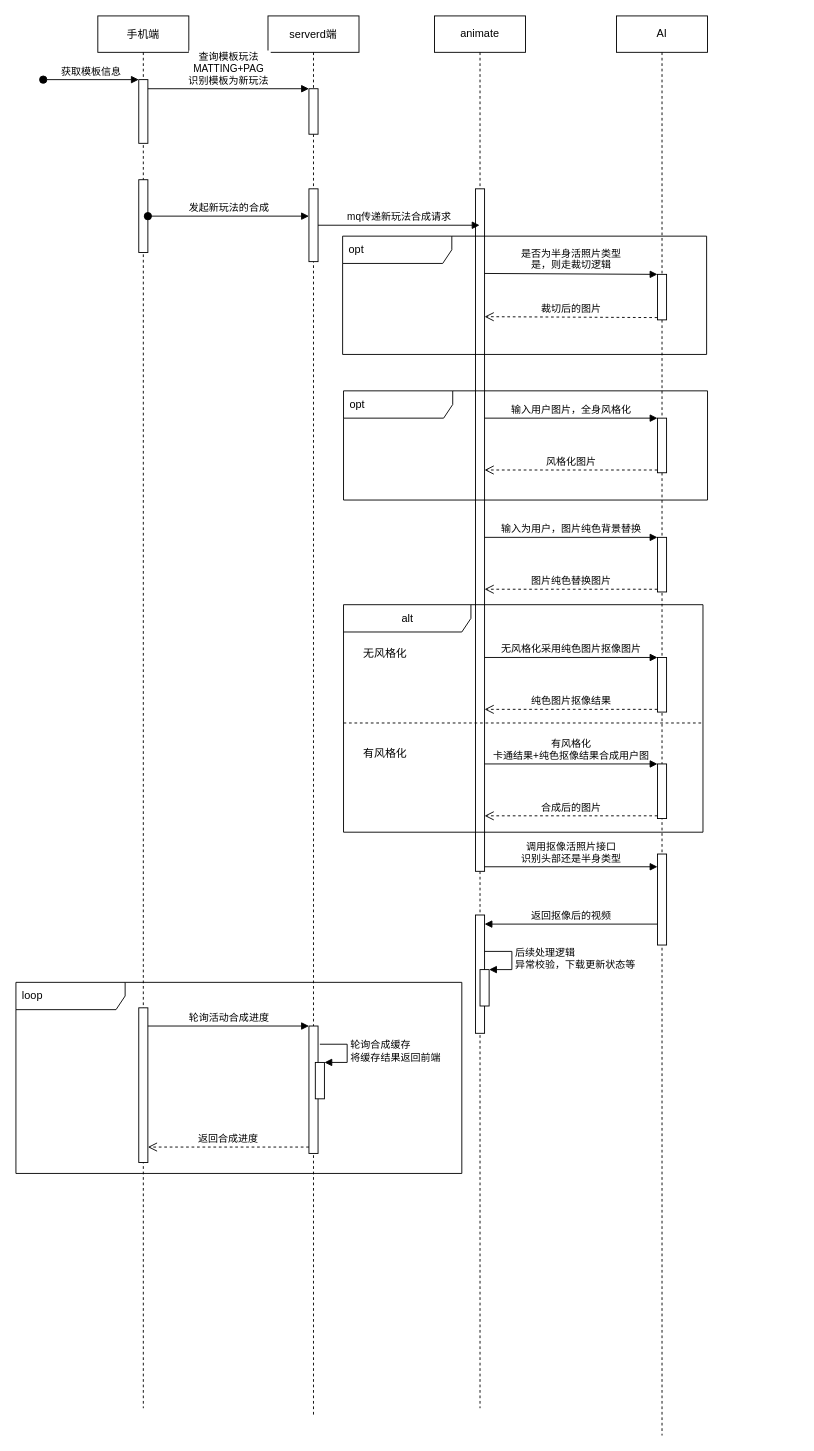
Earlier version of the draw.io diagram 新抠像加PAG玩法流程.drawio (milletzhu/datasource). Source tidied: cells renumbered, new cells numbered last; positions are measured from the earlier drawing's top-left corner, leaving out a move shared by most shapes. Both pictures are drawn from the tidied source at 91%, with x=0, y=0 at pixel (15, 15).
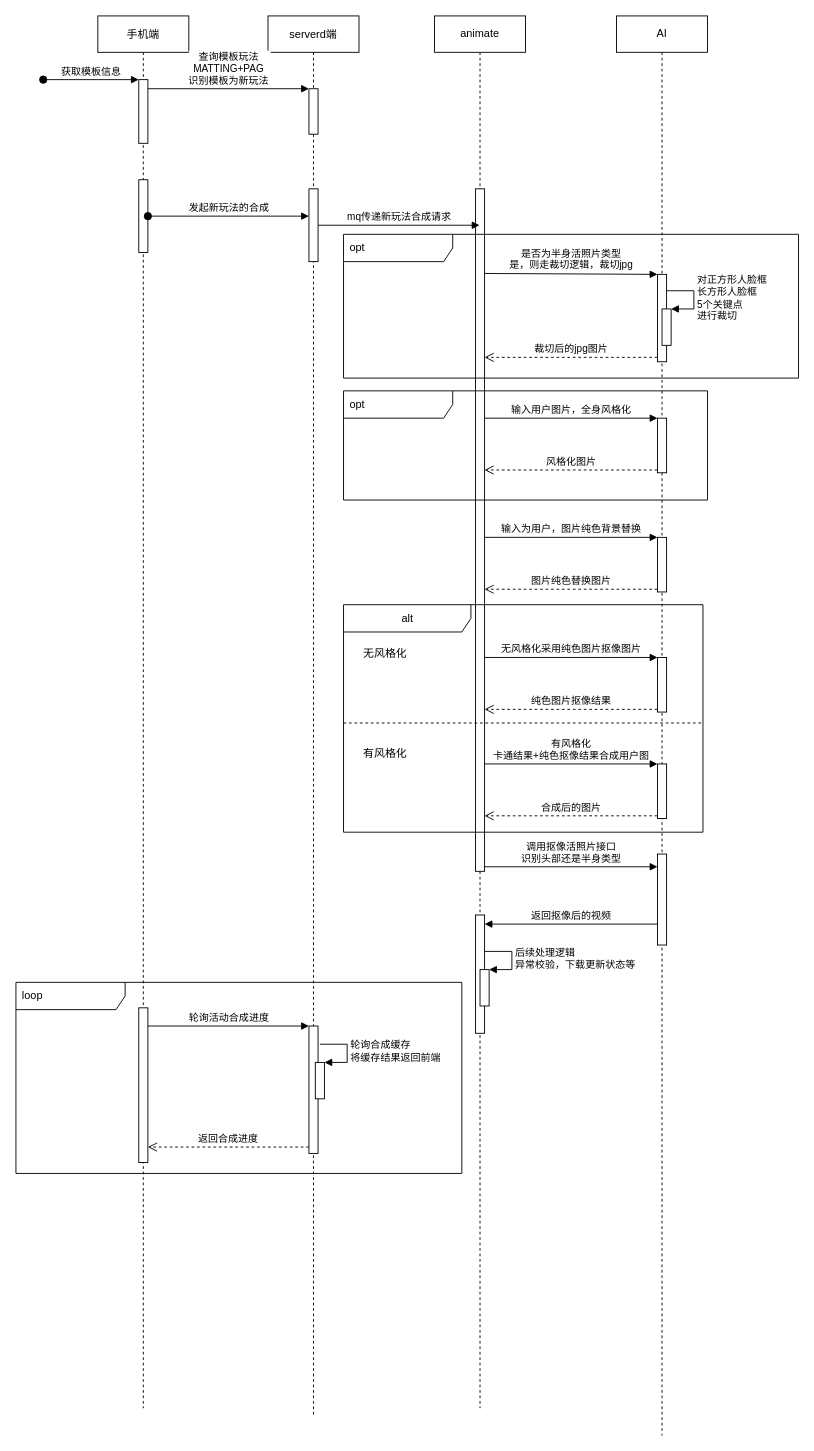
The same page after the edit.

Commit message:
更新新抠像加PAG玩法流程.drawio

Unchanged cells that the change refers to:
```xml
<mxCell id="15" style="html=1;points=[];perimeter=orthogonalPerimeter;" parent="14" vertex="1">
  <mxGeometry x="45" y="190" width="10" height="750" as="geometry" />
</mxCell>
<mxCell id="21" value="AI" style="shape=umlLifeline;perimeter=lifelinePerimeter;whiteSpace=wrap;html=1;" parent="1" vertex="1">
  <mxGeometry x="660" width="100" height="1560" as="geometry" />
</mxCell>
```

Diff of the diagram source:
```diff
@@
-    <mxCell id="31" value="opt" style="shape=umlFrame;whiteSpace=wrap;html=1;width=120;height=30;boundedLbl=1;verticalAlign=middle;align=left;spacingLeft=5;" parent="21" vertex="1">
-      <mxGeometry x="-301" y="242" width="400" height="130" as="geometry" />
-    </mxCell>
     <mxCell id="32" style="html=1;points=[];perimeter=orthogonalPerimeter;" parent="21" vertex="1">
-      <mxGeometry x="45" y="284" width="10" height="50" as="geometry" />
+      <mxGeometry x="45" y="284" width="10" height="96" as="geometry" />
     </mxCell>
-    <mxCell id="33" value="是否为半身活照片类型&lt;br&gt;是，则走裁切逻辑" style="html=1;verticalAlign=bottom;endArrow=block;entryX=0;entryY=0;rounded=0;" parent="21" edge="1" target="32">
+    <mxCell id="33" value="是否为半身活照片类型&lt;br&gt;是，则走裁切逻辑，裁切jpg" style="html=1;verticalAlign=bottom;endArrow=block;entryX=0;entryY=0;rounded=0;" parent="21" edge="1" target="32">
       <mxGeometry relative="1" as="geometry">
         <mxPoint x="-145" y="283" as="sourcePoint" />
       </mxGeometry>
     </mxCell>
-    <mxCell id="34" value="裁切后的图片" style="html=1;verticalAlign=bottom;endArrow=open;dashed=1;endSize=8;exitX=0;exitY=0.95;rounded=0;" parent="21" edge="1" source="32">
-      <mxGeometry relative="1" as="geometry">
-        <mxPoint x="-145" y="330.5" as="targetPoint" />
-      </mxGeometry>
-    </mxCell>
+    <mxCell id="48" style="html=1;points=[];perimeter=orthogonalPerimeter;" parent="21" vertex="1">
+      <mxGeometry x="50" y="322" width="10" height="40" as="geometry" />
+    </mxCell>
+    <mxCell id="49" value="对正方形人脸框&lt;br&gt;长方形人脸框&lt;br&gt;5个关键点&lt;br&gt;进行裁切" style="edgeStyle=orthogonalEdgeStyle;html=1;align=left;spacingLeft=2;endArrow=block;rounded=0;entryX=1;entryY=0;" parent="21" edge="1" target="48">
+      <mxGeometry relative="1" as="geometry">
+        <mxPoint x="55" y="302" as="sourcePoint" />
+        <Array as="points">
+          <mxPoint x="85" y="302" />
+        </Array>
+      </mxGeometry>
+    </mxCell>
@@
+    <mxCell id="31" value="opt" style="shape=umlFrame;whiteSpace=wrap;html=1;width=120;height=30;boundedLbl=1;verticalAlign=middle;align=left;spacingLeft=5;" parent="1" vertex="1">
+      <mxGeometry x="360" y="240" width="500" height="158" as="geometry" />
+    </mxCell>
+    <mxCell id="34" value="裁切后的jpg图片" style="html=1;verticalAlign=bottom;endArrow=open;dashed=1;endSize=8;exitX=0;exitY=0.95;rounded=0;" parent="1" edge="1" source="32" target="15">
+      <mxGeometry relative="1" as="geometry" />
+    </mxCell>
```
